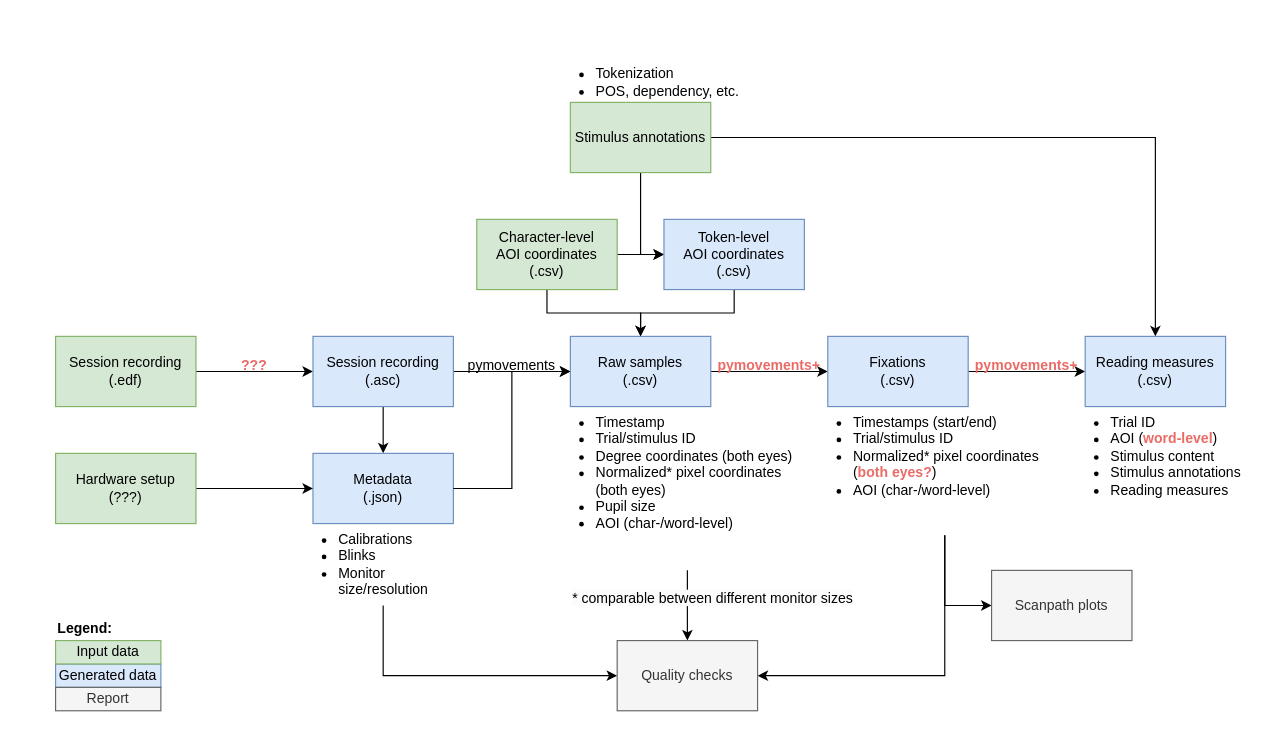
Earlier version of the draw.io diagram preprocessing.drawio (theDebbister/multipleye-preprocessing). Source tidied: cells renumbered, new cells numbered last; positions are measured from the earlier drawing's top-left corner, leaving out a move shared by most shapes. Both pictures are drawn from the tidied source at 117%, with x=0, y=0 at pixel (55, 43).
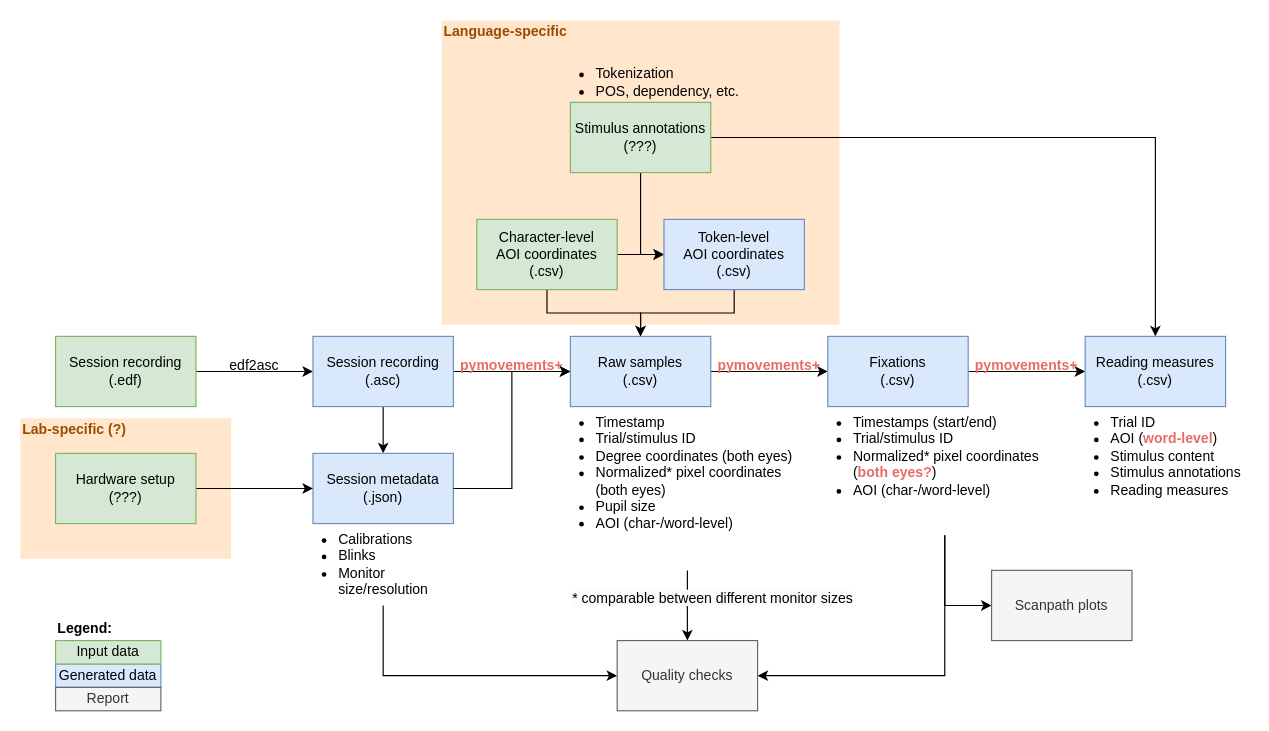
Above is the later version.

Commit message:
Mark lab-specific and language-specific parts in diagram

What changed in the source:
```diff
@@
+    <mxCell id="44" style="rounded=0;whiteSpace=wrap;html=1;shadow=0;glass=0;sketch=0;fontColor=#000000;fillColor=#FFE6CC;strokeColor=none;" parent="1" vertex="1">
+      <mxGeometry x="330" y="-20" width="340" height="260" as="geometry" />
+    </mxCell>
+    <mxCell id="45" style="rounded=0;whiteSpace=wrap;html=1;shadow=0;glass=0;sketch=0;fontColor=#000000;fillColor=#FFE6CC;strokeColor=none;" parent="1" vertex="1">
+      <mxGeometry x="-30" y="320" width="180" height="120" as="geometry" />
+    </mxCell>
@@
-    <mxCell id="9" value="Metadata&lt;div&gt;(.json)&lt;/div&gt;" style="rounded=0;whiteSpace=wrap;html=1;fillColor=#dae8fc;strokeColor=#6c8ebf;" parent="1" vertex="1">
+    <mxCell id="9" value="Session metadata&lt;div&gt;(.json)&lt;/div&gt;" style="rounded=0;whiteSpace=wrap;html=1;fillColor=#dae8fc;strokeColor=#6c8ebf;" parent="1" vertex="1">
       <mxGeometry x="220" y="350" width="120" height="60" as="geometry" />
     </mxCell>
@@
-    <mxCell id="27" value="???" style="text;html=1;align=center;verticalAlign=middle;whiteSpace=wrap;rounded=0;fontColor=#EA6B66;fontStyle=1;" parent="1" vertex="1">
+    <mxCell id="27" value="edf2asc" style="text;html=1;align=center;verticalAlign=middle;whiteSpace=wrap;rounded=0;fontColor=#000000;fontStyle=0;" parent="1" vertex="1">
       <mxGeometry x="140" y="260" width="60" height="30" as="geometry" />
     </mxCell>
-    <mxCell id="28" value="pymovements" style="text;html=1;align=center;verticalAlign=middle;whiteSpace=wrap;rounded=0;" parent="1" vertex="1">
+    <mxCell id="28" value="pymovements+" style="text;html=1;align=center;verticalAlign=middle;whiteSpace=wrap;rounded=0;fontStyle=1;fontColor=#EA6B66;" parent="1" vertex="1">
       <mxGeometry x="360" y="260" width="60" height="30" as="geometry" />
     </mxCell>
@@
-    <mxCell id="40" value="Stimulus annotations" style="rounded=0;whiteSpace=wrap;html=1;fillColor=#d5e8d4;strokeColor=#82b366;" parent="1" vertex="1">
+    <mxCell id="40" value="Stimulus annotations&lt;br&gt;(???)" style="rounded=0;whiteSpace=wrap;html=1;fillColor=#d5e8d4;strokeColor=#82b366;glass=0;shadow=0;" parent="1" vertex="1">
       <mxGeometry x="440" y="50" width="120" height="60" as="geometry" />
     </mxCell>
@@
+    <mxCell id="46" value="Lab-specific (?)" style="text;html=1;strokeColor=none;fillColor=none;align=left;verticalAlign=middle;whiteSpace=wrap;rounded=0;shadow=0;glass=0;sketch=0;fontColor=#994C00;fontStyle=1;" parent="1" vertex="1">
+      <mxGeometry x="-30" y="320" width="160" height="20" as="geometry" />
+    </mxCell>
+    <mxCell id="47" value="Language-specific" style="text;html=1;strokeColor=none;fillColor=none;align=left;verticalAlign=middle;whiteSpace=wrap;rounded=0;shadow=0;glass=0;sketch=0;fontColor=#994C00;fontStyle=1;" parent="1" vertex="1">
+      <mxGeometry x="330" y="-20" width="160" height="20" as="geometry" />
+    </mxCell>
```
